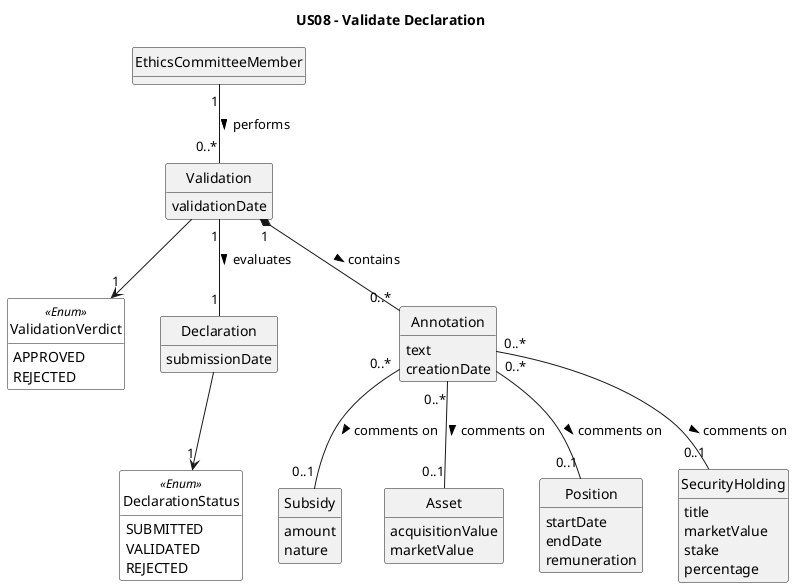
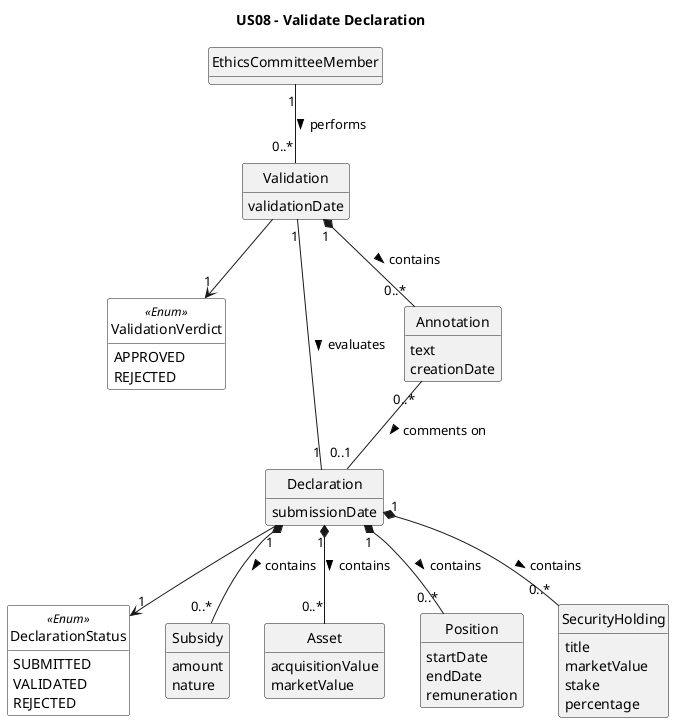
@startuml
title US08 - Validate Declaration
skinparam monochrome true
skinparam packageStyle rectangle
skinparam shadowing false
skinparam classAttributeIconSize 0
hide circle
hide methods

skinparam class {
    BackgroundColor<<Abstract>> White
    BackgroundColor<<Enum>> White
}

enum DeclarationStatus << Enum >> {
  SUBMITTED
  VALIDATED
  REJECTED
}

enum ValidationVerdict << Enum >> {
  APPROVED
  REJECTED
}

class EthicsCommitteeMember {
}

class Declaration {
    submissionDate
}

class Validation {
    validationDate
}

class Annotation {
    text
    creationDate
}

class Subsidy {
    amount
    nature
}

class Asset {
    acquisitionValue
    marketValue
}

class Position {
    startDate
    endDate
    remuneration
}

class SecurityHolding {
    title
    marketValue
    stake
    percentage
}

EthicsCommitteeMember "1" -- "0..*" Validation : performs >
Validation "1" -- "1" Declaration : evaluates >
Validation --> "1" ValidationVerdict
Declaration --> "1" DeclarationStatus
+ 
+ Declaration "1" *-- "0..*" Subsidy : contains >
+ Declaration "1" *-- "0..*" Asset : contains >
+ Declaration "1" *-- "0..*" Position : contains >
+ Declaration "1" *-- "0..*" SecurityHolding : contains >
+ 
Validation "1" *-- "0..*" Annotation : contains >
- Annotation "0..*" -- "0..1" Subsidy : comments on >
- Annotation "0..*" -- "0..1" Asset : comments on >
- Annotation "0..*" -- "0..1" Position : comments on >
- Annotation "0..*" -- "0..1" SecurityHolding : comments on >
+ Annotation "0..*" -- "0..1" Declaration : comments on >

@enduml